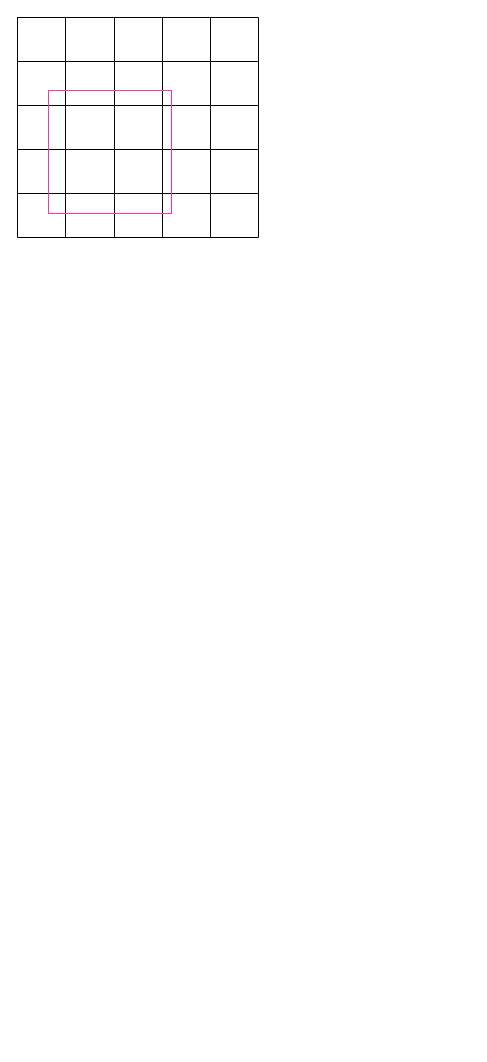
This is 涂鸦乱斗.drawio from uniHk/UniverseofHK.github.io, a draw.io file, before an edit. Source tidied: cells renumbered, new cells numbered last; positions are measured from the earlier drawing's top-left corner, leaving out a move shared by most shapes. Both pictures are drawn from the tidied source at 100%, with x=0, y=0 at pixel (17, 17).
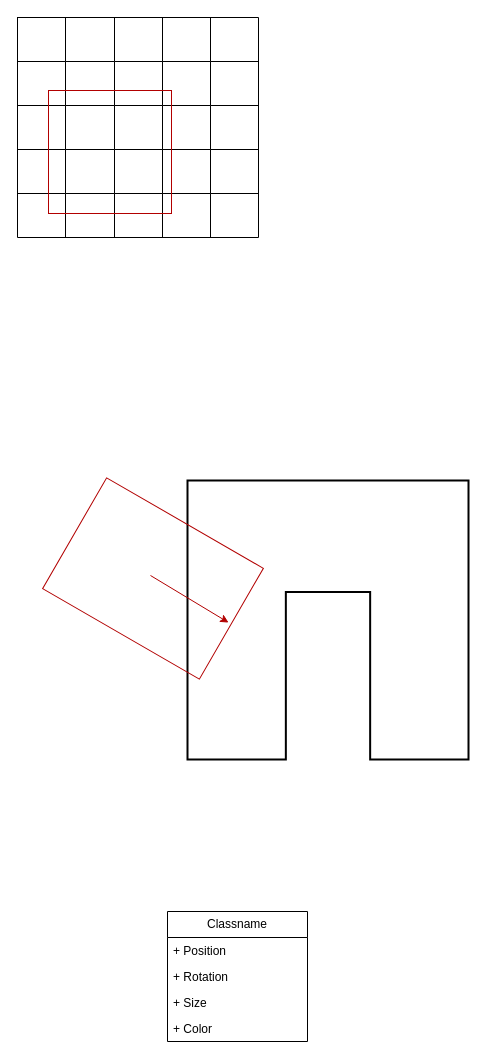
After the change.

Commit message:
更新涂鸦乱斗.drawio

The edit, as a diff of the source:
```diff
@@
-    <mxCell id="33" style="whiteSpace=wrap;html=1;fillColor=none;strokeColor=#FF3399;" parent="1" vertex="1">
+    <mxCell id="33" style="whiteSpace=wrap;html=1;fillColor=none;strokeColor=#B20000;fontColor=#ffffff;" parent="1" vertex="1">
       <mxGeometry x="31" y="73" width="123" height="123" as="geometry" />
     </mxCell>
+    <mxCell id="34" style="verticalLabelPosition=bottom;html=1;verticalAlign=top;strokeWidth=2;shape=mxgraph.lean_mapping.work_cell;fillColor=none;" parent="1" vertex="1">
+      <mxGeometry x="170" y="463" width="281" height="279" as="geometry" />
+    </mxCell>
+    <mxCell id="35" style="rounded=0;whiteSpace=wrap;html=1;fillColor=none;rotation=30;strokeColor=#B20000;fontColor=#ffffff;" parent="1" vertex="1">
+      <mxGeometry x="45" y="497" width="181" height="128" as="geometry" />
+    </mxCell>
+    <mxCell id="36" value="Classname" style="swimlane;fontStyle=0;horizontal=1;startSize=26;fillColor=none;whiteSpace=wrap;html=1;" parent="1" vertex="1">
+      <mxGeometry x="150" y="894" width="140" height="130" as="geometry" />
+    </mxCell>
+    <mxCell id="37" value="+ Position" style="text;strokeColor=none;fillColor=none;align=left;verticalAlign=top;spacingLeft=4;spacingRight=4;overflow=hidden;whiteSpace=wrap;html=1;" parent="36" vertex="1">
+      <mxGeometry y="26" width="140" height="26" as="geometry" />
+    </mxCell>
+    <mxCell id="38" value="+ Rotation" style="text;strokeColor=none;fillColor=none;align=left;verticalAlign=top;spacingLeft=4;spacingRight=4;overflow=hidden;whiteSpace=wrap;html=1;" parent="36" vertex="1">
+      <mxGeometry y="52" width="140" height="26" as="geometry" />
+    </mxCell>
+    <mxCell id="39" value="+ Size" style="text;strokeColor=none;fillColor=none;align=left;verticalAlign=top;spacingLeft=4;spacingRight=4;overflow=hidden;whiteSpace=wrap;html=1;" parent="36" vertex="1">
+      <mxGeometry y="78" width="140" height="26" as="geometry" />
+    </mxCell>
+    <mxCell id="40" value="+ Color" style="text;strokeColor=none;fillColor=none;align=left;verticalAlign=top;spacingLeft=4;spacingRight=4;overflow=hidden;whiteSpace=wrap;html=1;" parent="36" vertex="1">
+      <mxGeometry y="104" width="140" height="26" as="geometry" />
+    </mxCell>
+    <mxCell id="41" style="endArrow=classic;html=1;rounded=0;fillColor=#e51400;strokeColor=#B20000;" parent="1" edge="1">
+      <mxGeometry relative="1" as="geometry">
+        <mxPoint x="133" y="558" as="sourcePoint" />
+        <mxPoint x="211.1" y="605.1" as="targetPoint" />
+      </mxGeometry>
+    </mxCell>
```
